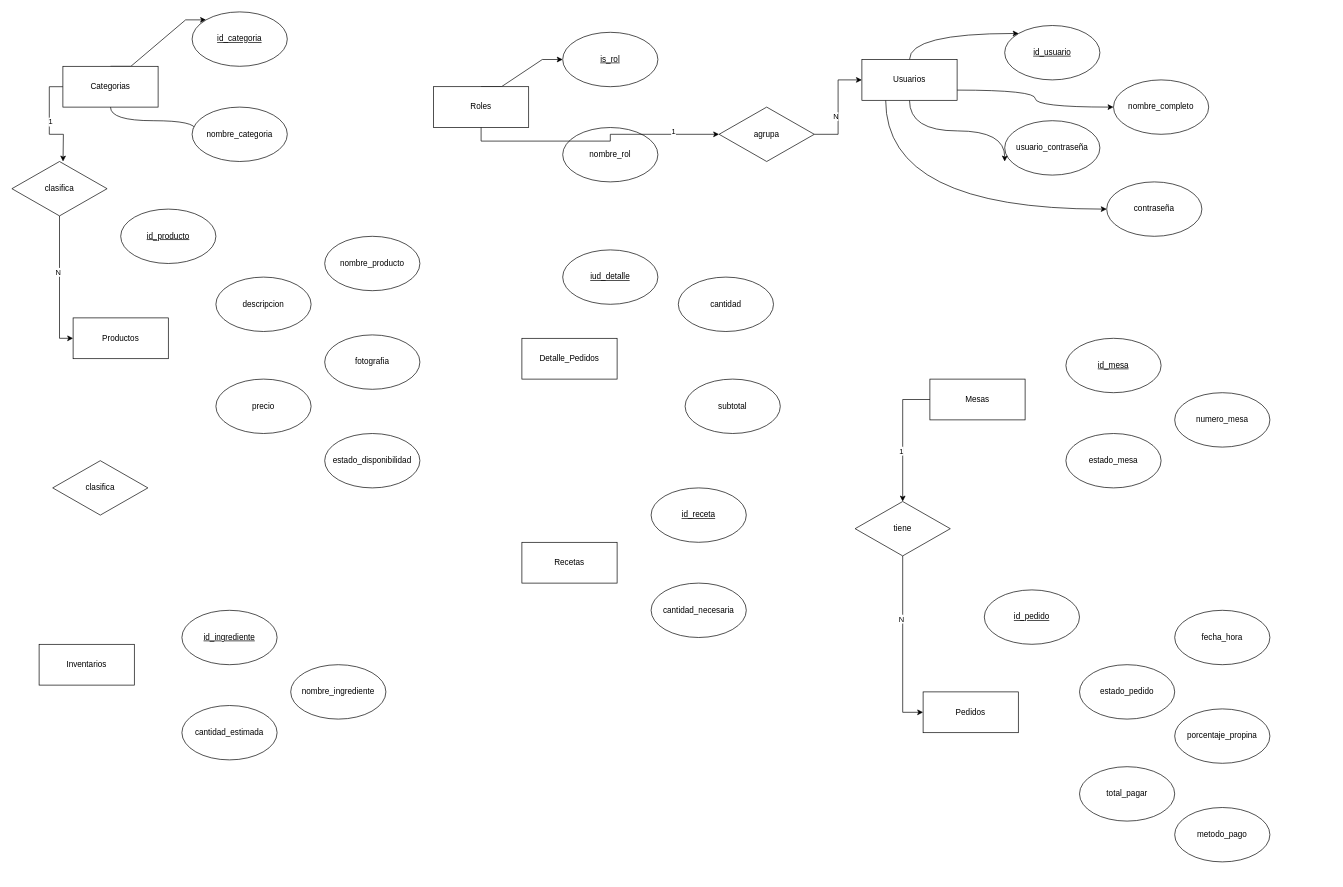
Earlier version of the draw.io diagram page "Página-4" (4 of 4) of Diagramas/DiagramaER.drawio (CanelaFeliz/ProyectoPPI115). Source tidied: cells renumbered, new cells numbered last; positions are measured from the earlier drawing's top-left corner, leaving out a move shared by most shapes. Both pictures are drawn from the tidied source at 68%, with x=0, y=0 at pixel (12, 12).
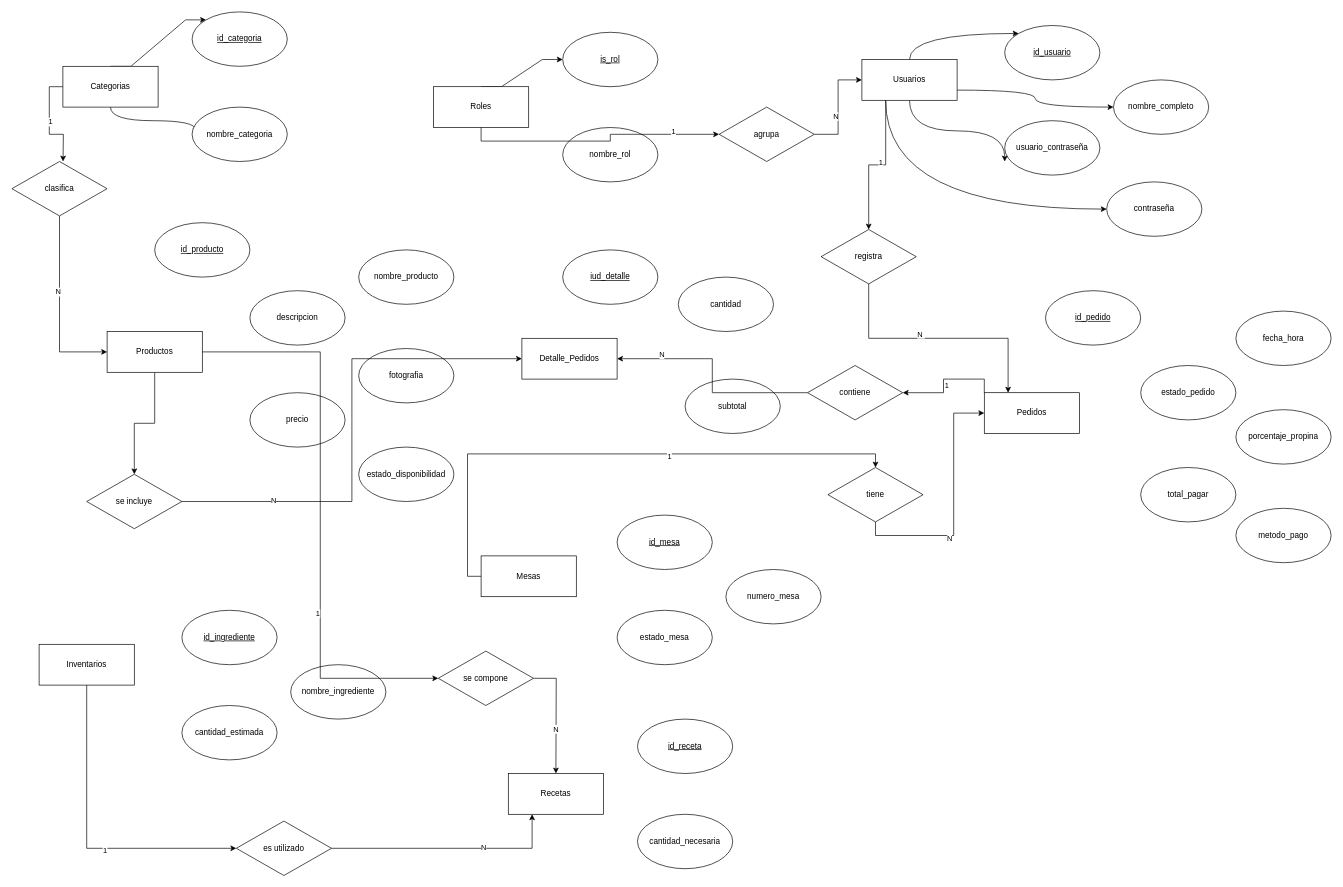
After the change.

Unchanged cells that the change refers to:
```xml
<mxCell id="11" value="Productos" style="rounded=0;whiteSpace=wrap;html=1;" parent="10" vertex="1">
  <mxGeometry y="160" width="140" height="60" as="geometry" />
</mxCell>
<mxCell id="25" value="Pedidos" style="rounded=0;whiteSpace=wrap;html=1;" parent="24" vertex="1">
  <mxGeometry y="150" width="140" height="60" as="geometry" />
</mxCell>
<mxCell id="40" value="Usuarios" style="rounded=0;whiteSpace=wrap;html=1;" parent="32" vertex="1">
  <mxGeometry y="50" width="140" height="60" as="geometry" />
</mxCell>
<mxCell id="46" value="Inventarios" style="rounded=0;whiteSpace=wrap;html=1;" parent="42" vertex="1">
  <mxGeometry y="50" width="140" height="60" as="geometry" />
</mxCell>
<mxCell id="54" value="Detalle_Pedidos" style="rounded=0;whiteSpace=wrap;html=1;" parent="52" vertex="1">
  <mxGeometry y="130" width="140" height="60" as="geometry" />
</mxCell>
<mxCell id="58" value="Recetas" style="rounded=0;whiteSpace=wrap;html=1;" parent="57" vertex="1">
  <mxGeometry y="80" width="140" height="60" as="geometry" />
</mxCell>
```

Diff of the diagram source:
```diff
@@
     <mxCell id="10" style="group;" parent="1" vertex="1">
-      <mxGeometry x="90" y="290" width="510" height="450" as="geometry" />
+      <mxGeometry x="140" y="310" width="510" height="450" as="geometry" />
     </mxCell>
+    <mxCell id="74" style="edgeStyle=orthogonalEdgeStyle;rounded=0;jettySize=auto;html=1;exitX=0.5;exitY=1;exitDx=0;exitDy=0;entryX=0.5;entryY=0;entryDx=0;entryDy=0;" parent="10" edge="1" source="11" target="18">
+      <mxGeometry relative="1" as="geometry" />
+    </mxCell>
@@
-    <mxCell id="18" value="clasifica" style="rhombus;whiteSpace=wrap;html=1;" parent="10" vertex="1">
+    <mxCell id="18" value="se incluye" style="rhombus;whiteSpace=wrap;html=1;" parent="10" vertex="1">
       <mxGeometry x="-30" y="370" width="140" height="80" as="geometry" />
     </mxCell>
     <mxCell id="19" style="group;" parent="1" vertex="1">
-      <mxGeometry x="1350" y="480" width="500" height="220" as="geometry" />
+      <mxGeometry x="690" y="740" width="500" height="220" as="geometry" />
     </mxCell>
@@
     <mxCell id="24" style="group;" parent="1" vertex="1">
-      <mxGeometry x="1340" y="850" width="510" height="400" as="geometry" />
+      <mxGeometry x="1430" y="410" width="510" height="400" as="geometry" />
     </mxCell>
@@
     <mxCell id="57" style="group;" parent="1" vertex="1">
-      <mxGeometry x="750" y="700" width="330" height="220" as="geometry" />
+      <mxGeometry x="730" y="1040" width="330" height="220" as="geometry" />
     </mxCell>
@@
     <mxCell id="71" value="tiene" style="rhombus;whiteSpace=wrap;html=1;" parent="1" vertex="1">
-      <mxGeometry x="1240" y="720" width="140" height="80" as="geometry" />
+      <mxGeometry x="1200" y="670" width="140" height="80" as="geometry" />
     </mxCell>
@@
+    <mxCell id="75" style="edgeStyle=orthogonalEdgeStyle;rounded=0;jettySize=auto;html=1;exitX=0.5;exitY=1;exitDx=0;exitDy=0;entryX=0.25;entryY=0;entryDx=0;entryDy=0;" parent="1" edge="1" source="77" target="25">
+      <mxGeometry relative="1" as="geometry" />
+    </mxCell>
+    <mxCell id="76" value="N&amp;nbsp;" style="edgeLabel;html=1;align=center;verticalAlign=middle;" parent="75" vertex="1">
+      <mxGeometry x="-0.15" y="7" relative="1" as="geometry">
+        <mxPoint x="1" as="offset" />
+      </mxGeometry>
+    </mxCell>
+    <mxCell id="77" value="registra" style="rhombus;whiteSpace=wrap;html=1;" parent="1" vertex="1">
+      <mxGeometry x="1190" y="320" width="140" height="80" as="geometry" />
+    </mxCell>
+    <mxCell id="78" style="edgeStyle=orthogonalEdgeStyle;rounded=0;jettySize=auto;html=1;exitX=0.25;exitY=1;exitDx=0;exitDy=0;entryX=0.5;entryY=0;entryDx=0;entryDy=0;" parent="1" edge="1" source="40" target="77">
+      <mxGeometry relative="1" as="geometry" />
+    </mxCell>
+    <mxCell id="79" value="1" style="edgeLabel;html=1;align=center;verticalAlign=middle;" parent="78" vertex="1">
+      <mxGeometry x="-0.03" y="-5" relative="1" as="geometry">
+        <mxPoint x="1" as="offset" />
+      </mxGeometry>
+    </mxCell>
+    <mxCell id="80" style="edgeStyle=orthogonalEdgeStyle;rounded=0;jettySize=auto;html=1;exitX=0;exitY=0.5;exitDx=0;exitDy=0;entryX=1;entryY=0.5;entryDx=0;entryDy=0;" parent="1" edge="1" source="82" target="54">
+      <mxGeometry relative="1" as="geometry" />
+    </mxCell>
+    <mxCell id="81" value="N" style="edgeLabel;html=1;align=center;verticalAlign=middle;" parent="80" vertex="1">
+      <mxGeometry x="0.61" y="-7" relative="1" as="geometry">
+        <mxPoint x="1" as="offset" />
+      </mxGeometry>
+    </mxCell>
+    <mxCell id="82" value="contiene" style="rhombus;whiteSpace=wrap;html=1;" parent="1" vertex="1">
+      <mxGeometry x="1170" y="520" width="140" height="80" as="geometry" />
+    </mxCell>
+    <mxCell id="83" style="edgeStyle=orthogonalEdgeStyle;rounded=0;jettySize=auto;html=1;exitX=0;exitY=0;exitDx=0;exitDy=0;entryX=1;entryY=0.5;entryDx=0;entryDy=0;" parent="1" edge="1" source="25" target="82">
+      <mxGeometry relative="1" as="geometry" />
+    </mxCell>
+    <mxCell id="84" value="1" style="edgeLabel;html=1;align=center;verticalAlign=middle;" parent="83" vertex="1">
+      <mxGeometry x="0.1" y="4" relative="1" as="geometry" />
+    </mxCell>
+    <mxCell id="85" style="edgeStyle=orthogonalEdgeStyle;rounded=0;jettySize=auto;html=1;exitX=1;exitY=0.5;exitDx=0;exitDy=0;entryX=0;entryY=0.5;entryDx=0;entryDy=0;" parent="1" edge="1" source="18" target="54">
+      <mxGeometry relative="1" as="geometry" />
+    </mxCell>
+    <mxCell id="86" value="N" style="edgeLabel;html=1;align=center;verticalAlign=middle;" parent="85" vertex="1">
+      <mxGeometry x="-0.62" y="3" relative="1" as="geometry">
+        <mxPoint x="-1" as="offset" />
+      </mxGeometry>
+    </mxCell>
+    <mxCell id="87" style="edgeStyle=orthogonalEdgeStyle;rounded=0;jettySize=auto;html=1;exitX=1;exitY=0.5;exitDx=0;exitDy=0;" parent="1" edge="1" source="89">
+      <mxGeometry relative="1" as="geometry">
+        <mxPoint x="800" y="1120" as="targetPoint" />
+      </mxGeometry>
+    </mxCell>
+    <mxCell id="88" value="N" style="edgeLabel;html=1;align=center;verticalAlign=middle;" parent="87" vertex="1">
+      <mxGeometry x="0.26" y="-1" relative="1" as="geometry">
+        <mxPoint y="-1" as="offset" />
+      </mxGeometry>
+    </mxCell>
+    <mxCell id="89" value="se compone" style="rhombus;whiteSpace=wrap;html=1;" parent="1" vertex="1">
+      <mxGeometry x="627" y="940" width="140" height="80" as="geometry" />
+    </mxCell>
+    <mxCell id="90" style="edgeStyle=orthogonalEdgeStyle;rounded=0;jettySize=auto;html=1;exitX=1;exitY=0.5;exitDx=0;exitDy=0;entryX=0;entryY=0.5;entryDx=0;entryDy=0;" parent="1" edge="1" source="11" target="89">
+      <mxGeometry relative="1" as="geometry" />
+    </mxCell>
+    <mxCell id="91" value="1" style="edgeLabel;html=1;align=center;verticalAlign=middle;" parent="90" vertex="1">
+      <mxGeometry x="0.35" y="-4" relative="1" as="geometry" />
+    </mxCell>
+    <mxCell id="92" style="edgeStyle=orthogonalEdgeStyle;rounded=0;jettySize=auto;html=1;exitX=1;exitY=0.5;exitDx=0;exitDy=0;entryX=0.25;entryY=1;entryDx=0;entryDy=0;" parent="1" edge="1" source="94" target="58">
+      <mxGeometry relative="1" as="geometry" />
+    </mxCell>
+    <mxCell id="93" value="N" style="edgeLabel;html=1;align=center;verticalAlign=middle;" parent="92" vertex="1">
+      <mxGeometry x="0.3" y="2" relative="1" as="geometry">
+        <mxPoint x="-1" as="offset" />
+      </mxGeometry>
+    </mxCell>
+    <mxCell id="94" value="es utilizado" style="rhombus;whiteSpace=wrap;html=1;" parent="1" vertex="1">
+      <mxGeometry x="330" y="1190" width="140" height="80" as="geometry" />
+    </mxCell>
+    <mxCell id="95" style="edgeStyle=orthogonalEdgeStyle;rounded=0;jettySize=auto;html=1;exitX=0.5;exitY=1;exitDx=0;exitDy=0;entryX=0;entryY=0.5;entryDx=0;entryDy=0;" parent="1" edge="1" source="46" target="94">
+      <mxGeometry relative="1" as="geometry" />
+    </mxCell>
+    <mxCell id="96" value="1" style="edgeLabel;html=1;align=center;verticalAlign=middle;" parent="95" vertex="1">
+      <mxGeometry x="0.16" y="-3" relative="1" as="geometry">
+        <mxPoint x="-1" as="offset" />
+      </mxGeometry>
+    </mxCell>
```
